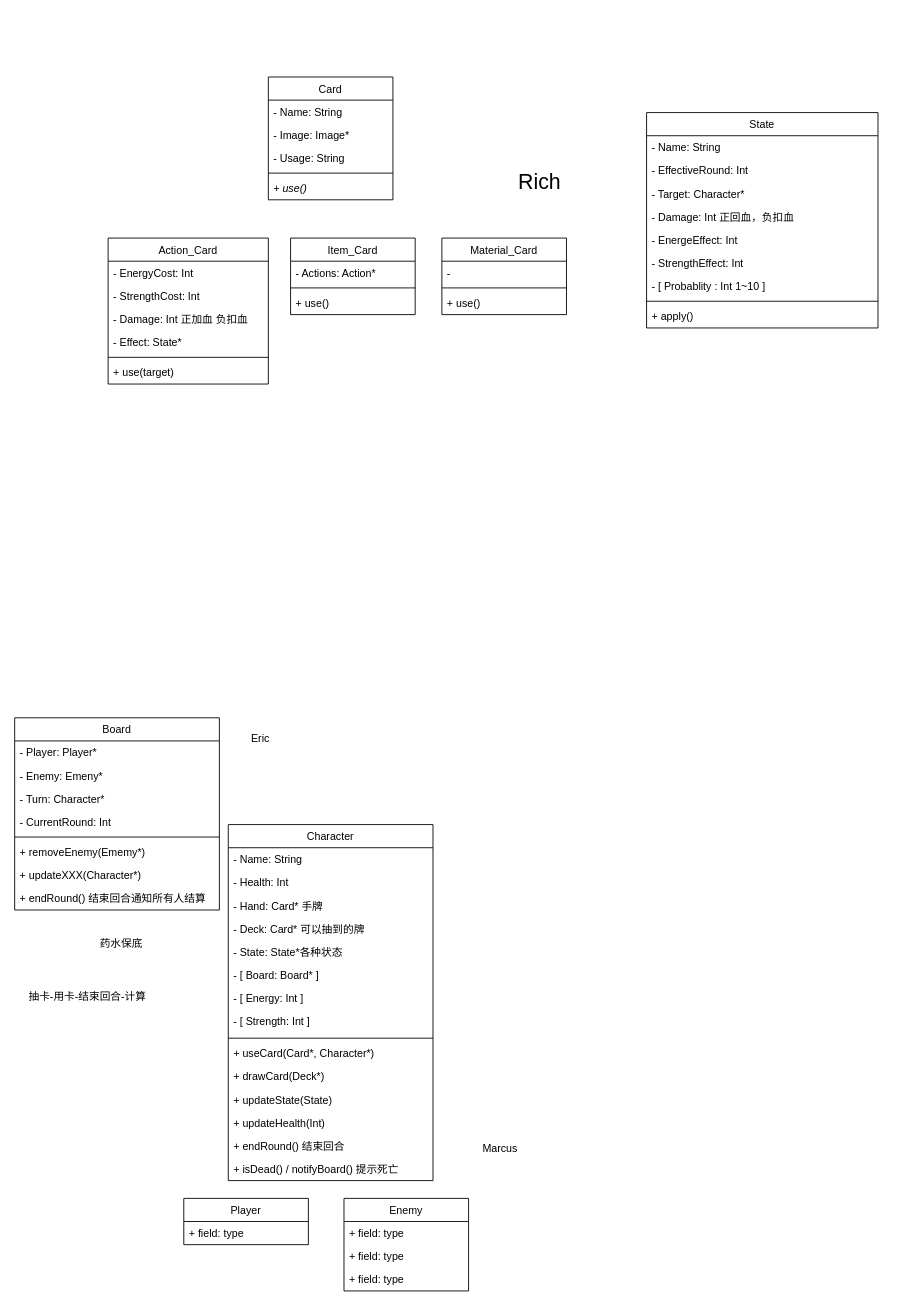
The draw.io diagram Drafts/D3/D3.drawio in Roger-Gu/CS446, before the edit. Source tidied: cells renumbered, new cells numbered last; positions are measured from the earlier drawing's top-left corner, leaving out a move shared by most shapes. Both pictures are drawn from the tidied source at 89%, with x=0, y=0 at pixel (14, 77).
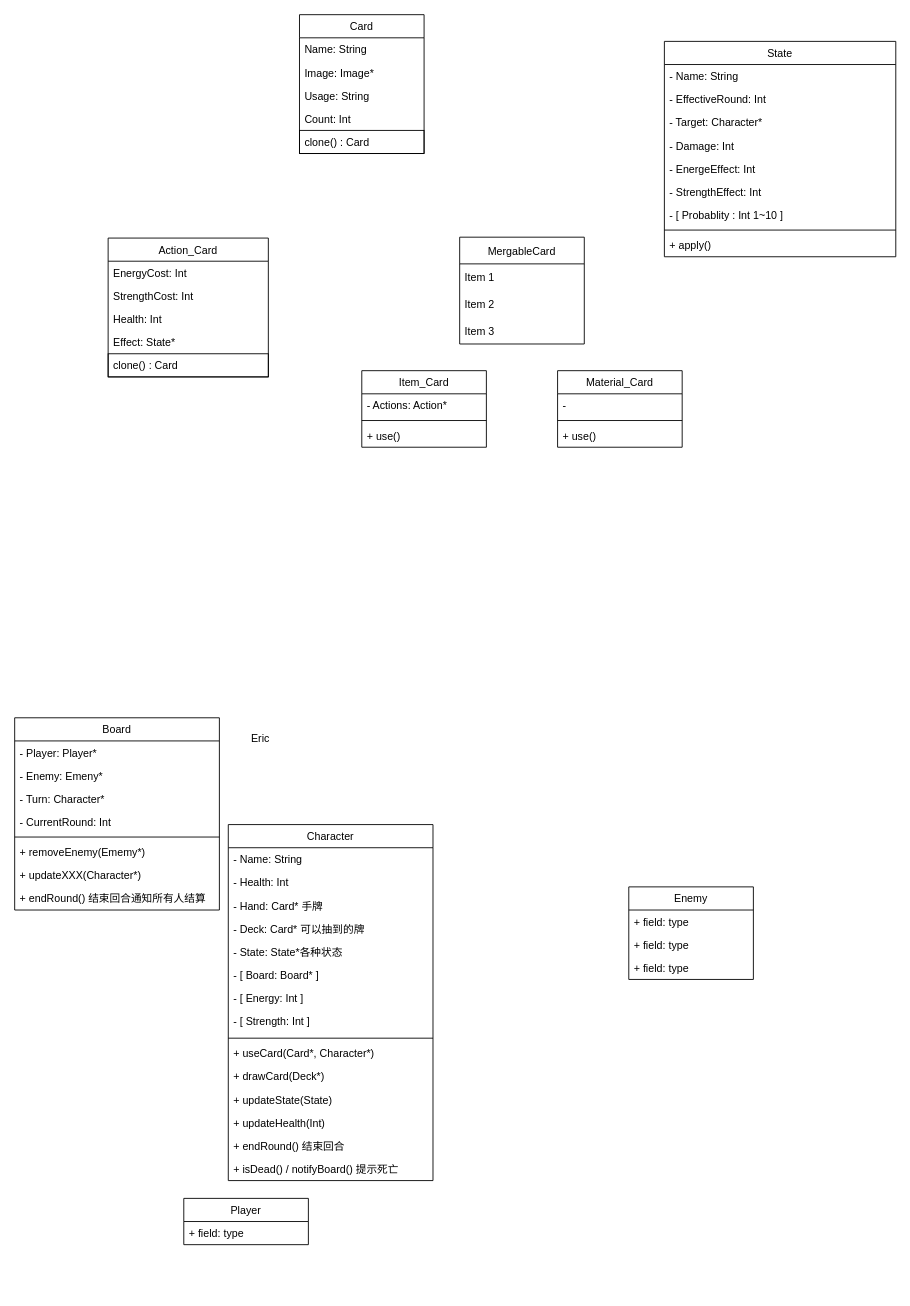
Above is the later version.

Change to the diagram source:
```diff
@@
     <mxCell id="20" value="Enemy" style="swimlane;fontStyle=0;horizontal=1;startSize=26;fillColor=none;" parent="1" vertex="1">
-      <mxGeometry x="370" y="1260" width="140" height="104" as="geometry" />
+      <mxGeometry x="690" y="910" width="140" height="104" as="geometry" />
     </mxCell>
@@
-    <mxCell id="33" value="药水保底" style="text;strokeColor=none;fillColor=none;align=left;verticalAlign=top;spacingLeft=4;spacingRight=4;overflow=hidden;" parent="1" vertex="1">
-      <mxGeometry x="90" y="960" width="100" height="26" as="geometry" />
-    </mxCell>
     <mxCell id="34" value="Card" style="swimlane;fontStyle=0;horizontal=1;startSize=26;fillColor=none;" parent="1" vertex="1">
-      <mxGeometry x="285" width="140" height="138" as="geometry" />
+      <mxGeometry x="320" y="-70" width="140" height="156" as="geometry" />
     </mxCell>
-    <mxCell id="35" value="- Name: String" style="text;strokeColor=none;fillColor=none;align=left;verticalAlign=top;spacingLeft=4;spacingRight=4;overflow=hidden;" parent="34" vertex="1">
+    <mxCell id="35" value="Name: String" style="text;strokeColor=none;fillColor=none;align=left;verticalAlign=top;spacingLeft=4;spacingRight=4;overflow=hidden;" parent="34" vertex="1">
       <mxGeometry y="26" width="140" height="26" as="geometry" />
     </mxCell>
-    <mxCell id="36" value="- Image: Image*" style="text;strokeColor=none;fillColor=none;align=left;verticalAlign=top;spacingLeft=4;spacingRight=4;overflow=hidden;" parent="34" vertex="1">
+    <mxCell id="36" value="Image: Image*" style="text;strokeColor=none;fillColor=none;align=left;verticalAlign=top;spacingLeft=4;spacingRight=4;overflow=hidden;" parent="34" vertex="1">
       <mxGeometry y="52" width="140" height="26" as="geometry" />
     </mxCell>
+    <mxCell id="69" value="Usage: String" style="text;strokeColor=none;fillColor=none;align=left;verticalAlign=top;spacingLeft=4;spacingRight=4;overflow=hidden;" parent="34" vertex="1">
+      <mxGeometry y="78" width="140" height="26" as="geometry" />
+    </mxCell>
-    <mxCell id="37" value="- Usage: String" style="text;strokeColor=none;fillColor=none;align=left;verticalAlign=top;spacingLeft=4;spacingRight=4;overflow=hidden;" parent="34" vertex="1">
-      <mxGeometry y="78" width="140" height="26" as="geometry" />
+    <mxCell id="37" value="Count: Int" style="text;strokeColor=none;fillColor=none;align=left;verticalAlign=top;spacingLeft=4;spacingRight=4;overflow=hidden;" parent="34" vertex="1">
+      <mxGeometry y="104" width="140" height="26" as="geometry" />
     </mxCell>
-    <mxCell id="38" style="line;strokeWidth=1;fillColor=none;align=left;verticalAlign=middle;spacingTop=-1;spacingLeft=3;spacingRight=3;labelPosition=right;" parent="34" vertex="1">
-      <mxGeometry y="104" width="140" height="8" as="geometry" />
-    </mxCell>
-    <mxCell id="39" value="+ use()" style="text;strokeColor=none;fillColor=none;align=left;verticalAlign=top;spacingLeft=4;spacingRight=4;overflow=hidden;fontStyle=2;" parent="34" vertex="1">
-      <mxGeometry y="112" width="140" height="26" as="geometry" />
-    </mxCell>
-    <mxCell id="40" value="抽卡-用卡-结束回合-计算" style="text;strokeColor=none;fillColor=none;align=left;verticalAlign=top;spacingLeft=4;spacingRight=4;overflow=hidden;" parent="1" vertex="1">
-      <mxGeometry x="10" y="1020" width="180" height="26" as="geometry" />
-    </mxCell>
+    <mxCell id="70" value="clone() : Card" style="text;strokeColor=default;fillColor=none;align=left;verticalAlign=top;spacingLeft=4;spacingRight=4;overflow=hidden;" parent="34" vertex="1">
+      <mxGeometry y="130" width="140" height="26" as="geometry" />
+    </mxCell>
     <mxCell id="41" value="Action_Card" style="swimlane;fontStyle=0;horizontal=1;startSize=26;fillColor=none;" parent="1" vertex="1">
-      <mxGeometry x="105" y="181" width="180" height="164" as="geometry" />
+      <mxGeometry x="105" y="181" width="180" height="156" as="geometry" />
     </mxCell>
-    <mxCell id="42" value="- EnergyCost: Int" style="text;strokeColor=none;fillColor=none;align=left;verticalAlign=top;spacingLeft=4;spacingRight=4;overflow=hidden;" parent="41" vertex="1">
+    <mxCell id="42" value="EnergyCost: Int" style="text;strokeColor=none;fillColor=none;align=left;verticalAlign=top;spacingLeft=4;spacingRight=4;overflow=hidden;" parent="41" vertex="1">
       <mxGeometry y="26" width="180" height="26" as="geometry" />
     </mxCell>
-    <mxCell id="43" value="- StrengthCost: Int" style="text;strokeColor=none;fillColor=none;align=left;verticalAlign=top;spacingLeft=4;spacingRight=4;overflow=hidden;" parent="41" vertex="1">
+    <mxCell id="43" value="StrengthCost: Int" style="text;strokeColor=none;fillColor=none;align=left;verticalAlign=top;spacingLeft=4;spacingRight=4;overflow=hidden;" parent="41" vertex="1">
       <mxGeometry y="52" width="180" height="26" as="geometry" />
     </mxCell>
-    <mxCell id="44" value="- Damage: Int 正加血 负扣血" style="text;strokeColor=none;fillColor=none;align=left;verticalAlign=top;spacingLeft=4;spacingRight=4;overflow=hidden;" parent="41" vertex="1">
+    <mxCell id="44" value="Health: Int" style="text;strokeColor=none;fillColor=none;align=left;verticalAlign=top;spacingLeft=4;spacingRight=4;overflow=hidden;" parent="41" vertex="1">
       <mxGeometry y="78" width="180" height="26" as="geometry" />
     </mxCell>
-    <mxCell id="45" value="- Effect: State*" style="text;strokeColor=none;fillColor=none;align=left;verticalAlign=top;spacingLeft=4;spacingRight=4;overflow=hidden;" parent="41" vertex="1">
+    <mxCell id="45" value="Effect: State*" style="text;strokeColor=none;fillColor=none;align=left;verticalAlign=top;spacingLeft=4;spacingRight=4;overflow=hidden;" parent="41" vertex="1">
       <mxGeometry y="104" width="180" height="26" as="geometry" />
     </mxCell>
-    <mxCell id="46" style="line;strokeWidth=1;fillColor=none;align=left;verticalAlign=middle;spacingTop=-1;spacingLeft=3;spacingRight=3;labelPosition=right;" parent="41" vertex="1">
-      <mxGeometry y="130" width="180" height="8" as="geometry" />
-    </mxCell>
-    <mxCell id="47" value="+ use(target)" style="text;strokeColor=none;fillColor=none;align=left;verticalAlign=top;spacingLeft=4;spacingRight=4;overflow=hidden;" parent="41" vertex="1">
-      <mxGeometry y="138" width="180" height="26" as="geometry" />
-    </mxCell>
+    <mxCell id="71" value="clone() : Card" style="text;strokeColor=default;fillColor=none;align=left;verticalAlign=top;spacingLeft=4;spacingRight=4;overflow=hidden;" parent="41" vertex="1">
+      <mxGeometry y="130" width="180" height="26" as="geometry" />
+    </mxCell>
     <mxCell id="48" value="Item_Card" style="swimlane;fontStyle=0;horizontal=1;startSize=26;fillColor=none;" parent="1" vertex="1">
-      <mxGeometry x="310" y="181" width="140" height="86" as="geometry" />
+      <mxGeometry x="390" y="330" width="140" height="86" as="geometry" />
     </mxCell>
@@
     <mxCell id="52" value="Material_Card" style="swimlane;fontStyle=0;horizontal=1;startSize=26;fillColor=none;" parent="1" vertex="1">
-      <mxGeometry x="480" y="181" width="140" height="86" as="geometry" />
+      <mxGeometry x="610" y="330" width="140" height="86" as="geometry" />
     </mxCell>
@@
     <mxCell id="56" value="State" style="swimlane;fontStyle=0;horizontal=1;startSize=26;fillColor=none;" parent="1" vertex="1">
-      <mxGeometry x="710" y="40" width="260" height="242" as="geometry" />
+      <mxGeometry x="730" y="-40" width="260" height="242" as="geometry" />
     </mxCell>
@@
-    <mxCell id="60" value="- Damage: Int 正回血，负扣血" style="text;strokeColor=none;fillColor=none;align=left;verticalAlign=top;spacingLeft=4;spacingRight=4;overflow=hidden;" parent="56" vertex="1">
+    <mxCell id="60" value="- Damage: Int" style="text;strokeColor=none;fillColor=none;align=left;verticalAlign=top;spacingLeft=4;spacingRight=4;overflow=hidden;" parent="56" vertex="1">
       <mxGeometry y="104" width="260" height="26" as="geometry" />
     </mxCell>
@@
-    <mxCell id="66" value="Rich&#10;" style="text;strokeColor=none;fillColor=none;align=left;verticalAlign=top;spacingLeft=4;spacingRight=4;overflow=hidden;fontSize=24;" parent="1" vertex="1">
-      <mxGeometry x="560" y="96" width="110" height="44" as="geometry" />
-    </mxCell>
-    <mxCell id="67" value="Marcus" style="text;strokeColor=none;fillColor=none;align=left;verticalAlign=top;spacingLeft=4;spacingRight=4;overflow=hidden;" parent="1" vertex="1">
-      <mxGeometry x="520" y="1190" width="100" height="26" as="geometry" />
-    </mxCell>
@@
+    <mxCell id="72" value="MergableCard" style="swimlane;fontStyle=0;horizontal=1;startSize=30;" parent="1" vertex="1">
+      <mxGeometry x="500" y="180" width="140" height="120" as="geometry" />
+    </mxCell>
+    <mxCell id="73" value="Item 1" style="text;strokeColor=none;fillColor=none;align=left;verticalAlign=middle;spacingLeft=4;spacingRight=4;overflow=hidden;" parent="72" vertex="1">
+      <mxGeometry y="30" width="140" height="30" as="geometry" />
+    </mxCell>
+    <mxCell id="74" value="Item 2" style="text;strokeColor=none;fillColor=none;align=left;verticalAlign=middle;spacingLeft=4;spacingRight=4;overflow=hidden;" parent="72" vertex="1">
+      <mxGeometry y="60" width="140" height="30" as="geometry" />
+    </mxCell>
+    <mxCell id="75" value="Item 3" style="text;strokeColor=none;fillColor=none;align=left;verticalAlign=middle;spacingLeft=4;spacingRight=4;overflow=hidden;" parent="72" vertex="1">
+      <mxGeometry y="90" width="140" height="30" as="geometry" />
+    </mxCell>
```
